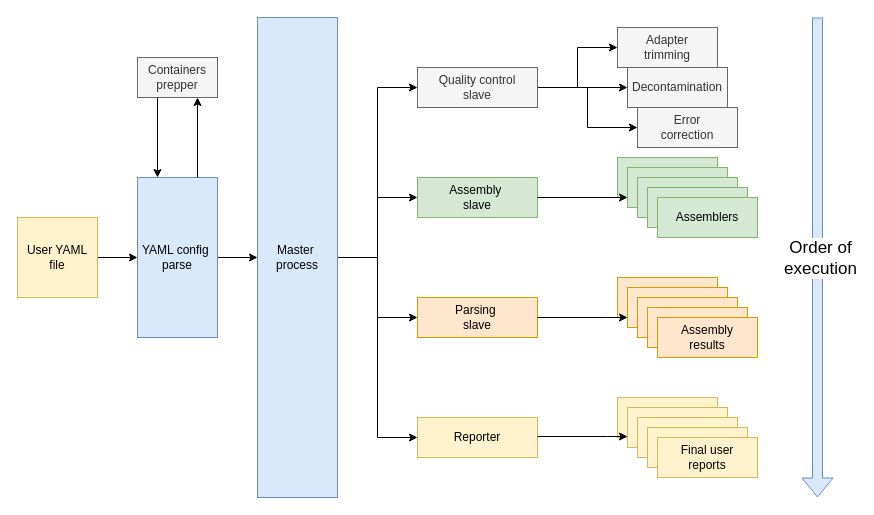
The draw.io diagram genomagic.drawio in genoassist/genoassist, before the edit. Source tidied: cells renumbered, new cells numbered last; positions are measured from the earlier drawing's top-left corner, leaving out a move shared by most shapes. Both pictures are drawn from the tidied source at 100%, with x=0, y=0 at pixel (17, 17).
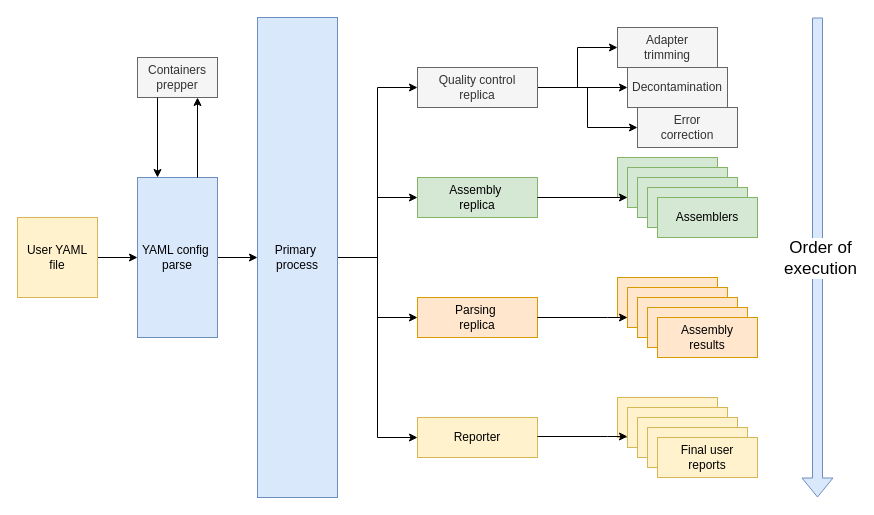
After the change.

Commit message:
Add draw.io file for the architecture diagram

The edit, as a diff of the source:
```diff
@@
-    <mxCell id="8" value="Master&amp;nbsp;&lt;br&gt;process" style="rounded=0;whiteSpace=wrap;html=1;fillColor=#dae8fc;strokeColor=#6c8ebf;" parent="1" vertex="1">
+    <mxCell id="8" value="Primary&amp;nbsp;&lt;br&gt;process" style="rounded=0;whiteSpace=wrap;html=1;fillColor=#dae8fc;strokeColor=#6c8ebf;" parent="1" vertex="1">
       <mxGeometry x="240" width="80" height="480" as="geometry" />
     </mxCell>
@@
-    <mxCell id="14" value="Quality control&lt;br&gt;slave" style="rounded=0;whiteSpace=wrap;html=1;fillColor=#f5f5f5;strokeColor=#666666;fontColor=#333333;" parent="1" vertex="1">
+    <mxCell id="14" value="Quality control&lt;br&gt;replica" style="rounded=0;whiteSpace=wrap;html=1;fillColor=#f5f5f5;strokeColor=#666666;fontColor=#333333;" parent="1" vertex="1">
       <mxGeometry x="400" y="50" width="120" height="40" as="geometry" />
     </mxCell>
@@
-    <mxCell id="18" value="Assembly&amp;nbsp;&lt;br&gt;slave" style="rounded=0;whiteSpace=wrap;html=1;fillColor=#d5e8d4;strokeColor=#82b366;" parent="1" vertex="1">
+    <mxCell id="18" value="Assembly&amp;nbsp;&lt;br&gt;replica" style="rounded=0;whiteSpace=wrap;html=1;fillColor=#d5e8d4;strokeColor=#82b366;" parent="1" vertex="1">
       <mxGeometry x="400" y="160" width="120" height="40" as="geometry" />
     </mxCell>
-    <mxCell id="19" value="Parsing&amp;nbsp;&lt;br&gt;slave" style="rounded=0;whiteSpace=wrap;html=1;fillColor=#ffe6cc;strokeColor=#d79b00;" parent="1" vertex="1">
+    <mxCell id="19" value="Parsing&amp;nbsp;&lt;br&gt;replica" style="rounded=0;whiteSpace=wrap;html=1;fillColor=#ffe6cc;strokeColor=#d79b00;" parent="1" vertex="1">
       <mxGeometry x="400" y="280" width="120" height="40" as="geometry" />
     </mxCell>
```
